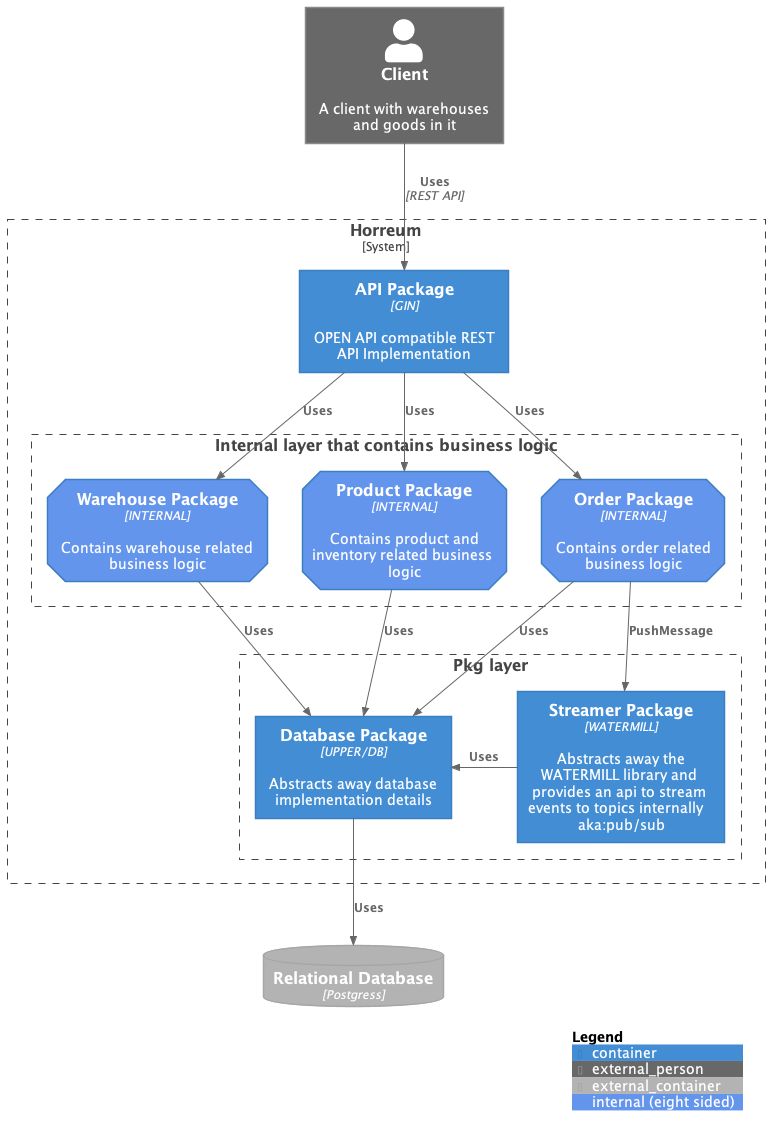
The PlantUML diagram docs/c4model/HorreumContainer.png in unicod3/horreum, before a commit.
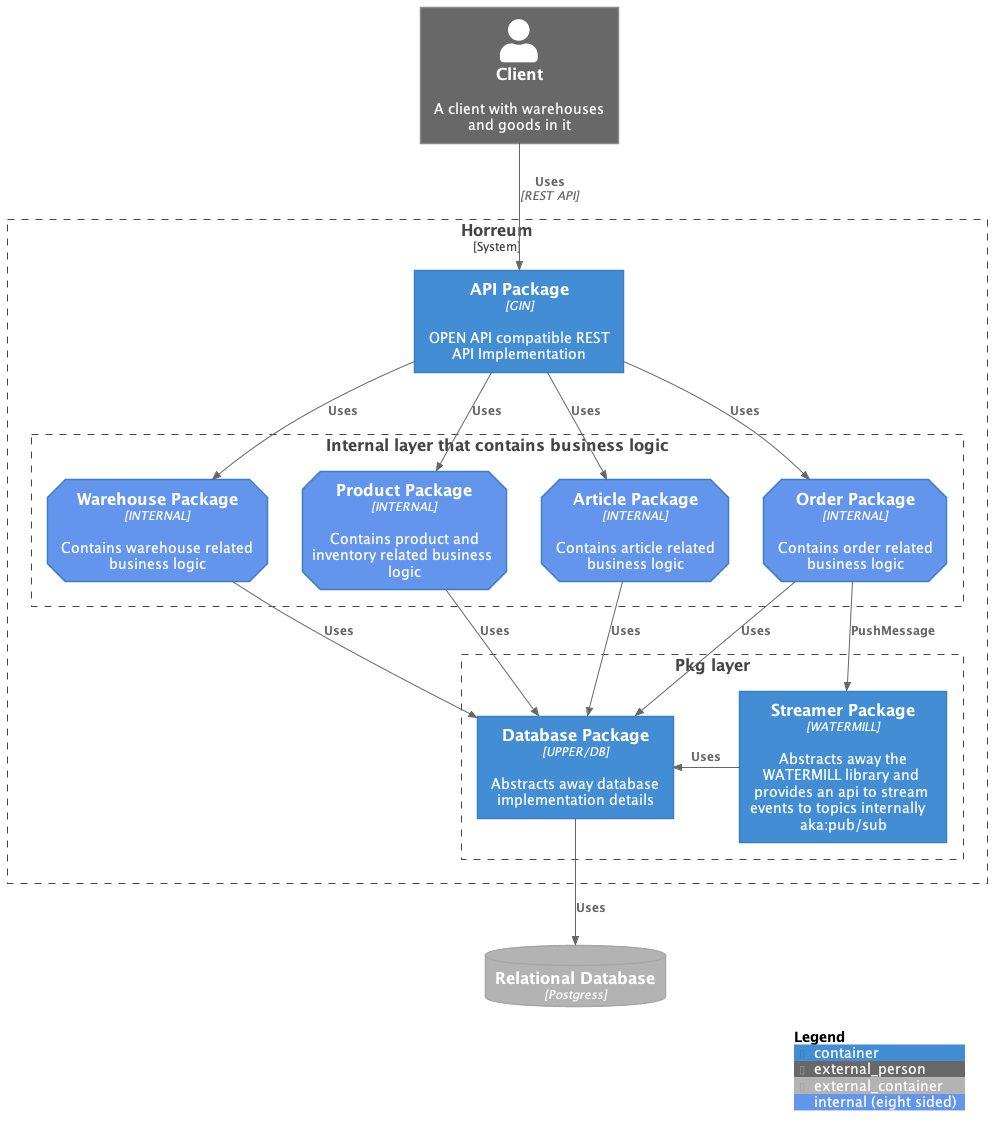
The same file after the commit.

Change to the diagram source:
```diff
@@ -12,10 +12,12 @@
     Boundary(Internal, "Internal layer that contains business logic"){
         Container(Warehouse, "Warehouse Package", "INTERNAL", "Contains warehouse related business logic", $tags="internal")
         Container(Product, "Product Package", "INTERNAL", "Contains product and inventory related business logic", $tags="internal")
+        Container(Article, "Article Package", "INTERNAL", "Contains article related business logic", $tags="internal")
         Container(Order, "Order Package", "INTERNAL", "Contains order related business logic", $tags="internal")
     }
     Rel(APIPackage, Warehouse, "Uses")
     Rel(APIPackage, Product, "Uses")
+    Rel(APIPackage, Article, "Uses")
     Rel(APIPackage, Order, "Uses")
 
     Boundary(Pkg, "Pkg layer"){
@@ -26,6 +28,7 @@
     }
     Rel(Warehouse, DBPackage, "Uses")
     Rel(Product, DBPackage, "Uses")
+    Rel(Article, DBPackage, "Uses")
     Rel(Order, DBPackage, "Uses")
     Rel(Order, Streamer, "PushMessage")
 
```
